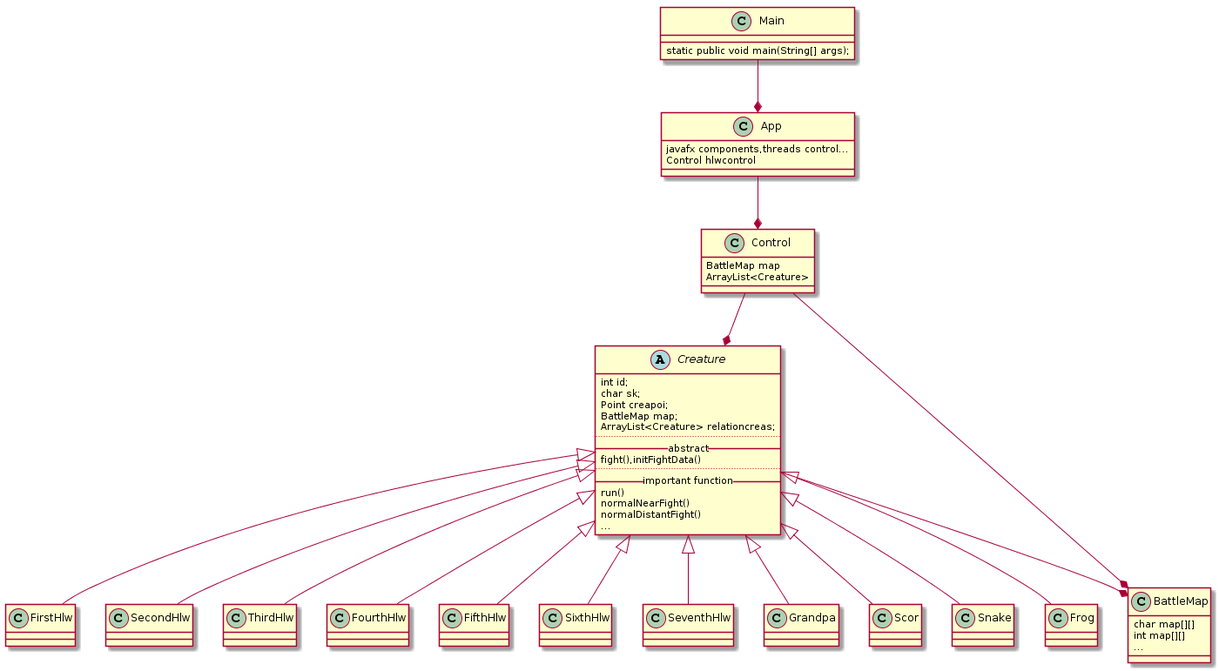
Before: readmepic/classpic.png, a diagram exported from PlantUML (shi1ro/finalproject). The source it was exported from:
```plantuml
@startuml
abstract class Creature
{
int id;
char sk;
Point creapoi;
BattleMap map;
ArrayList<Creature> relationcreas;
....
__abstract__
fight(),initFightData()
....
__important function__
run()
normalNearFight()
normalDistantFight()
...
}
class FirstHlw extends Creature
class SecondHlw extends Creature
class ThirdHlw extends Creature
class FourthHlw extends Creature
class FifthHlw extends Creature
class SixthHlw extends Creature
class SeventhHlw extends Creature
class Grandpa extends Creature
class Scor extends Creature
class Snake extends Creature
class Frog extends Creature
class BattleMap
{
  char map[][]
  int map[][]
  ...
}
Creature --* BattleMap

class Control
{
  BattleMap map
  ArrayList<Creature>
}
Control --* BattleMap
Control --* Creature

class App
{
  javafx components,threads control...
  Control hlwcontrol
}
App --* Control

class Main
{
  static public void main(String[] args);
}
Main --* App
@enduml
```
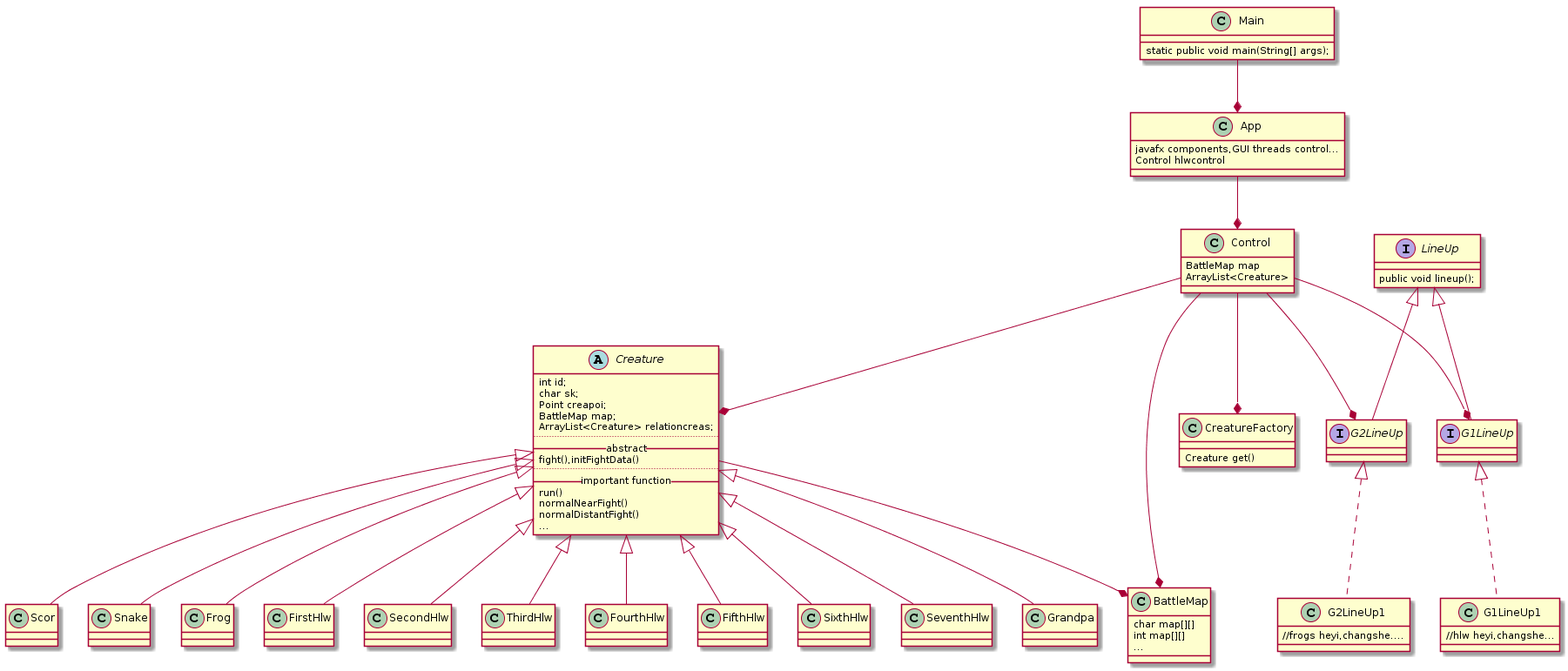
Above is the later version.

Commit message:
update class picture (final ver 1.01)

同代码一起更新了类图

What changed in the source:
```diff
@@ -16,6 +16,25 @@
 normalDistantFight()
 ...
 }
+interface LineUp
+{
+  public void lineup();
+}
+interface G1LineUp implements LineUp
+{
+}
+interface G2LineUp implements LineUp
+{
+}
+class G1LineUp1 implements G1LineUp
+{
+   //hlw heyi,changshe...
+}
+class G2LineUp1 implements G2LineUp
+{
+   //frogs heyi,changshe....
+}
+
 class FirstHlw extends Creature
 class SecondHlw extends Creature
 class ThirdHlw extends Creature
@@ -42,10 +61,16 @@
 }
 Control --* BattleMap
 Control --* Creature
-
+Control --* G1LineUp
+Control --* G2LineUp
+Control --* CreatureFactory
+class CreatureFactory
+{
+  Creature get()
+}
 class App
 {
-  javafx components,threads control...
+  javafx components,GUI threads control...
   Control hlwcontrol
 }
 App --* Control
```
